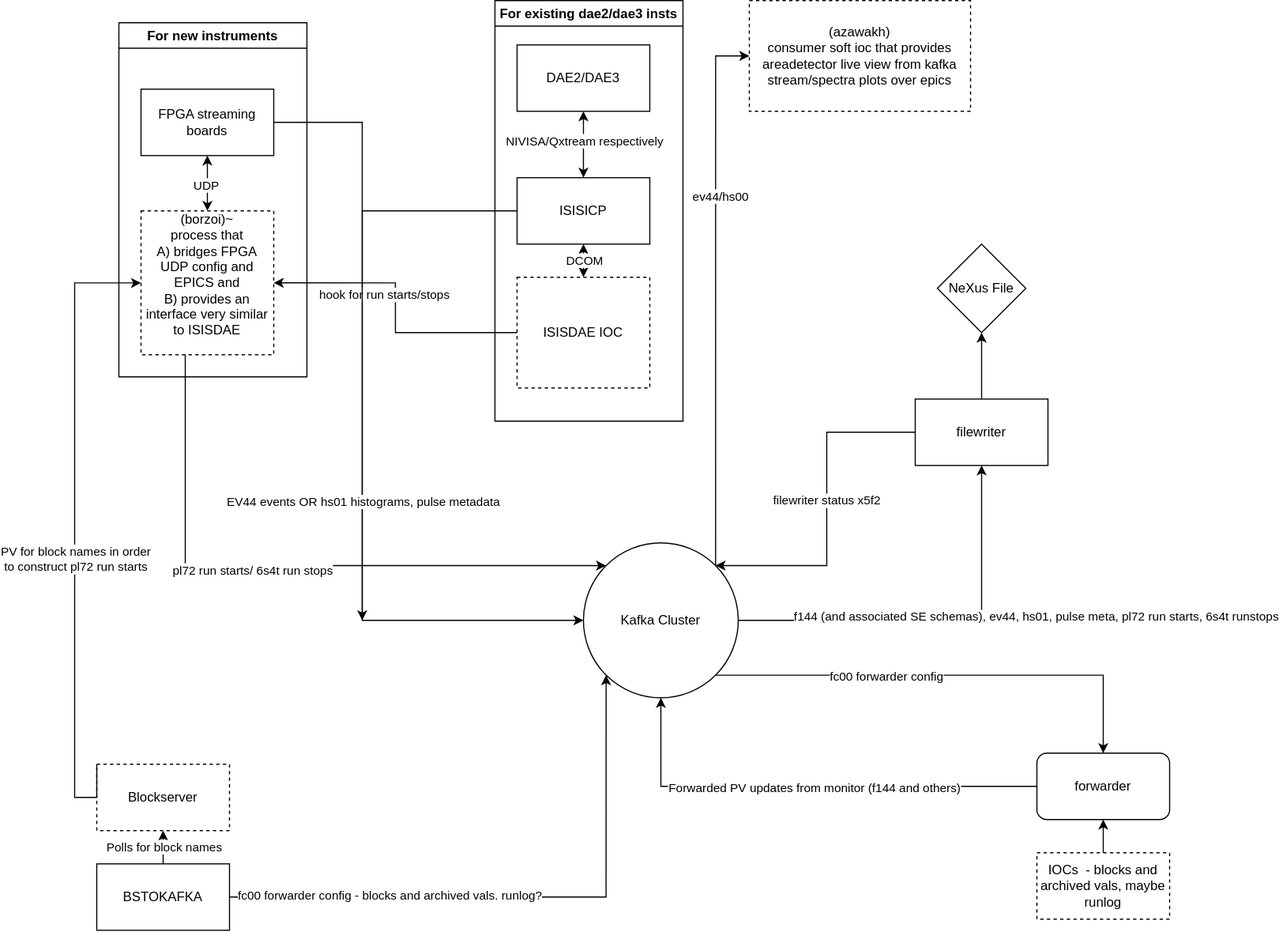
Earlier version of the draw.io export doc/specific_iocs/dae/ISISDSLayout.drawio.svg (ISISComputingGroup/ibex_developers_manual). Source tidied: cells renumbered, new cells last; positions are measured from the earlier drawing's top-left corner, leaving out a move shared by most shapes. Its diagram source:
```xml
<mxGraphModel>
  <root>
    <mxCell id="0" />
    <mxCell id="1" parent="0" />
    <mxCell id="2" style="edgeStyle=orthogonalEdgeStyle;rounded=0;jettySize=auto;html=1;entryX=0;entryY=0.5;entryDx=0;entryDy=0;" parent="1" edge="1" source="30" target="14">
      <mxGeometry relative="1" as="geometry">
        <Array as="points">
          <mxPoint x="260" y="110" />
          <mxPoint x="260" y="560" />
        </Array>
      </mxGeometry>
    </mxCell>
    <mxCell id="3" style="edgeStyle=orthogonalEdgeStyle;rounded=0;jettySize=auto;html=1;entryX=1;entryY=0.5;entryDx=0;entryDy=0;" parent="1" edge="1" source="36" target="31">
      <mxGeometry relative="1" as="geometry" />
    </mxCell>
    <mxCell id="4" value="hook for run starts/stops" style="edgeLabel;html=1;align=center;verticalAlign=middle;" parent="3" vertex="1">
      <mxGeometry x="0.33" y="-2" relative="1" as="geometry">
        <mxPoint x="10" y="12" as="offset" />
      </mxGeometry>
    </mxCell>
    <mxCell id="5" value="NeXus File" style="rhombus;whiteSpace=wrap;html=1;" parent="1" vertex="1">
      <mxGeometry x="780" y="220" width="80" height="80" as="geometry" />
    </mxCell>
    <mxCell id="6" style="edgeStyle=orthogonalEdgeStyle;rounded=0;jettySize=auto;html=1;exitX=0;exitY=0.5;exitDx=0;exitDy=0;" parent="1" edge="1" source="41">
      <mxGeometry relative="1" as="geometry">
        <mxPoint x="260" y="560" as="targetPoint" />
      </mxGeometry>
    </mxCell>
    <mxCell id="7" value="EV44 events OR hs01 histograms, pulse metadata" style="edgeLabel;html=1;align=center;verticalAlign=middle;" parent="6" vertex="1">
      <mxGeometry x="0.46" relative="1" as="geometry">
        <mxPoint y="31" as="offset" />
      </mxGeometry>
    </mxCell>
    <mxCell id="8" style="edgeStyle=orthogonalEdgeStyle;rounded=0;jettySize=auto;html=1;exitX=1;exitY=1;exitDx=0;exitDy=0;startArrow=none;startFill=0;entryX=0.5;entryY=0;entryDx=0;entryDy=0;" parent="1" edge="1" source="14" target="18">
      <mxGeometry relative="1" as="geometry" />
    </mxCell>
    <mxCell id="9" value="fc00 forwarder config" style="edgeLabel;html=1;align=center;verticalAlign=middle;" parent="8" vertex="1">
      <mxGeometry x="-0.27" y="-1" relative="1" as="geometry" />
    </mxCell>
    <mxCell id="10" style="edgeStyle=orthogonalEdgeStyle;rounded=0;jettySize=auto;html=1;entryX=0.5;entryY=1;entryDx=0;entryDy=0;" parent="1" edge="1" source="14" target="26">
      <mxGeometry relative="1" as="geometry" />
    </mxCell>
    <mxCell id="11" value="f144 (and associated SE schemas), ev44, hs01, pulse meta, pl72 run starts, 6s4t runstops&amp;nbsp;" style="edgeLabel;html=1;align=center;verticalAlign=middle;" parent="10" vertex="1">
      <mxGeometry x="-0.42" y="4" relative="1" as="geometry">
        <mxPoint x="166" as="offset" />
      </mxGeometry>
    </mxCell>
    <mxCell id="12" style="edgeStyle=orthogonalEdgeStyle;rounded=0;jettySize=auto;html=1;exitX=1;exitY=0;exitDx=0;exitDy=0;entryX=0;entryY=0.5;entryDx=0;entryDy=0;startArrow=classic;startFill=1;endArrow=none;endFill=0;" parent="1" edge="1" source="14" target="26">
      <mxGeometry relative="1" as="geometry" />
    </mxCell>
    <mxCell id="13" value="filewriter status x5f2" style="edgeLabel;html=1;align=center;verticalAlign=middle;" parent="12" vertex="1">
      <mxGeometry x="0.07" y="1" relative="1" as="geometry" />
    </mxCell>
    <mxCell id="14" value="Kafka Cluster" style="ellipse;whiteSpace=wrap;html=1;" parent="1" vertex="1">
      <mxGeometry x="460" y="490" width="140" height="140" as="geometry" />
    </mxCell>
    <mxCell id="15" style="edgeStyle=orthogonalEdgeStyle;rounded=0;jettySize=auto;html=1;entryX=0.5;entryY=1;entryDx=0;entryDy=0;" parent="1" edge="1" source="18" target="14">
      <mxGeometry relative="1" as="geometry" />
    </mxCell>
    <mxCell id="16" value="Forwarded PV updates from monitor (f144 and others)" style="edgeLabel;html=1;align=center;verticalAlign=middle;" parent="15" vertex="1">
      <mxGeometry x="-0.04" y="1" relative="1" as="geometry" />
    </mxCell>
    <mxCell id="17" style="edgeStyle=orthogonalEdgeStyle;rounded=0;jettySize=auto;html=1;startArrow=classic;startFill=1;endArrow=none;endFill=0;" parent="1" edge="1" source="18">
      <mxGeometry relative="1" as="geometry">
        <mxPoint x="930" y="770" as="targetPoint" />
      </mxGeometry>
    </mxCell>
    <mxCell id="18" value="forwarder" style="rounded=1;whiteSpace=wrap;html=1;" parent="1" vertex="1">
      <mxGeometry x="870" y="680" width="120" height="60" as="geometry" />
    </mxCell>
    <mxCell id="19" value="Blockserver" style="rounded=0;whiteSpace=wrap;html=1;dashed=1;" parent="1" vertex="1">
      <mxGeometry x="20" y="690" width="120" height="60" as="geometry" />
    </mxCell>
    <mxCell id="20" style="edgeStyle=orthogonalEdgeStyle;rounded=0;jettySize=auto;html=1;entryX=0.5;entryY=1;entryDx=0;entryDy=0;" parent="1" edge="1" source="24" target="19">
      <mxGeometry relative="1" as="geometry" />
    </mxCell>
    <mxCell id="21" value="Polls for block names" style="edgeLabel;html=1;align=center;verticalAlign=middle;" parent="20" vertex="1">
      <mxGeometry x="0.4" relative="1" as="geometry" />
    </mxCell>
    <mxCell id="22" style="edgeStyle=orthogonalEdgeStyle;rounded=0;jettySize=auto;html=1;entryX=0;entryY=1;entryDx=0;entryDy=0;" parent="1" edge="1" source="24" target="14">
      <mxGeometry relative="1" as="geometry" />
    </mxCell>
    <mxCell id="23" value="fc00 forwarder config - blocks and archived vals. runlog?" style="edgeLabel;html=1;align=center;verticalAlign=middle;" parent="22" vertex="1">
      <mxGeometry x="-0.46" y="2" relative="1" as="geometry" />
    </mxCell>
    <mxCell id="24" value="BSTOKAFKA" style="rounded=0;whiteSpace=wrap;html=1;" parent="1" vertex="1">
      <mxGeometry x="20" y="780" width="120" height="60" as="geometry" />
    </mxCell>
    <mxCell id="25" style="edgeStyle=orthogonalEdgeStyle;rounded=0;jettySize=auto;html=1;entryX=0.5;entryY=1;entryDx=0;entryDy=0;" parent="1" edge="1" source="26" target="5">
      <mxGeometry relative="1" as="geometry" />
    </mxCell>
    <mxCell id="26" value="filewriter" style="rounded=0;whiteSpace=wrap;html=1;" parent="1" vertex="1">
      <mxGeometry x="760" y="360" width="120" height="60" as="geometry" />
    </mxCell>
    <mxCell id="27" style="group;" parent="1" vertex="1">
      <mxGeometry x="40" y="20" width="170" height="320" as="geometry" />
    </mxCell>
    <mxCell id="28" style="edgeStyle=orthogonalEdgeStyle;rounded=0;jettySize=auto;html=1;startArrow=classic;startFill=1;" parent="27" edge="1" source="30" target="31">
      <mxGeometry relative="1" as="geometry" />
    </mxCell>
    <mxCell id="29" value="UDP" style="edgeLabel;html=1;align=center;verticalAlign=middle;" parent="28" vertex="1">
      <mxGeometry x="0.02" y="-2" relative="1" as="geometry" />
    </mxCell>
    <mxCell id="30" value="FPGA streaming boards" style="rounded=0;whiteSpace=wrap;html=1;" parent="27" vertex="1">
      <mxGeometry x="20" y="60" width="120" height="60" as="geometry" />
    </mxCell>
    <mxCell id="31" value="(borzoi)~&lt;br&gt;process that&lt;br&gt;A) bridges FPGA UDP config and EPICS and&lt;br&gt;B) provides an interface very similar to ISISDAE&lt;div&gt;&lt;br&gt;&lt;/div&gt;" style="rounded=0;whiteSpace=wrap;html=1;dashed=1;" parent="27" vertex="1">
      <mxGeometry x="20" y="170" width="120" height="130" as="geometry" />
    </mxCell>
    <mxCell id="32" value="For new instruments" style="swimlane;" parent="27" vertex="1">
      <mxGeometry width="170" height="320" as="geometry" />
    </mxCell>
    <mxCell id="33" style="edgeStyle=orthogonalEdgeStyle;rounded=0;jettySize=auto;html=1;entryX=0;entryY=0;entryDx=0;entryDy=0;" parent="1" edge="1" source="31" target="14">
      <mxGeometry relative="1" as="geometry">
        <Array as="points">
          <mxPoint x="100" y="511" />
        </Array>
      </mxGeometry>
    </mxCell>
    <mxCell id="34" value="pl72 run starts/ 6s4t run stops" style="edgeLabel;html=1;align=center;verticalAlign=middle;" parent="33" vertex="1">
      <mxGeometry x="-0.12" y="-4" relative="1" as="geometry">
        <mxPoint x="1" as="offset" />
      </mxGeometry>
    </mxCell>
    <mxCell id="35" style="group;" parent="1" vertex="1">
      <mxGeometry x="380" width="170" height="380" as="geometry" />
    </mxCell>
    <mxCell id="36" value="ISISDAE IOC" style="rounded=0;whiteSpace=wrap;html=1;dashed=1;" parent="35" vertex="1">
      <mxGeometry x="20" y="250" width="120" height="100" as="geometry" />
    </mxCell>
    <mxCell id="37" style="edgeStyle=orthogonalEdgeStyle;rounded=0;jettySize=auto;html=1;entryX=0.5;entryY=0;entryDx=0;entryDy=0;startArrow=classic;startFill=1;" parent="35" edge="1" source="41" target="36">
      <mxGeometry relative="1" as="geometry" />
    </mxCell>
    <mxCell id="38" value="DCOM" style="edgeLabel;html=1;align=center;verticalAlign=middle;" parent="37" vertex="1">
      <mxGeometry x="0.07" relative="1" as="geometry" />
    </mxCell>
    <mxCell id="39" style="edgeStyle=orthogonalEdgeStyle;rounded=0;jettySize=auto;html=1;startArrow=classic;startFill=1;entryX=0.5;entryY=1;entryDx=0;entryDy=0;" parent="35" edge="1" source="41" target="42">
      <mxGeometry relative="1" as="geometry" />
    </mxCell>
    <mxCell id="40" value="NIVISA/Qxtream respectively" style="edgeLabel;html=1;align=center;verticalAlign=middle;" parent="39" vertex="1">
      <mxGeometry x="0.11" relative="1" as="geometry" />
    </mxCell>
    <mxCell id="41" value="ISISICP" style="rounded=0;whiteSpace=wrap;html=1;" parent="35" vertex="1">
      <mxGeometry x="20" y="160" width="120" height="60" as="geometry" />
    </mxCell>
    <mxCell id="42" value="DAE2/DAE3" style="rounded=0;whiteSpace=wrap;html=1;" parent="35" vertex="1">
      <mxGeometry x="20" y="40" width="120" height="60" as="geometry" />
    </mxCell>
    <mxCell id="43" value="For existing dae2/dae3 insts" style="swimlane;" parent="35" vertex="1">
      <mxGeometry width="170" height="380" as="geometry" />
    </mxCell>
    <mxCell id="44" style="edgeStyle=orthogonalEdgeStyle;rounded=0;jettySize=auto;html=1;entryX=0;entryY=0;entryDx=0;entryDy=0;startArrow=classic;startFill=1;endArrow=none;endFill=0;" parent="1" edge="1" source="31" target="19">
      <mxGeometry relative="1" as="geometry">
        <Array as="points">
          <mxPoint y="255" />
          <mxPoint y="720" />
          <mxPoint x="20" y="720" />
        </Array>
      </mxGeometry>
    </mxCell>
    <mxCell id="45" value="PV for block names in order &lt;br&gt;to construct pl72 run starts" style="edgeLabel;html=1;align=center;verticalAlign=middle;" parent="44" vertex="1">
      <mxGeometry x="0.08" relative="1" as="geometry" />
    </mxCell>
    <mxCell id="46" style="edgeStyle=orthogonalEdgeStyle;rounded=0;jettySize=auto;html=1;entryX=1;entryY=0;entryDx=0;entryDy=0;startArrow=classic;startFill=1;endArrow=none;endFill=0;" parent="1" edge="1" source="48" target="14">
      <mxGeometry relative="1" as="geometry" />
    </mxCell>
    <mxCell id="47" value="ev44/hs00" style="edgeLabel;html=1;align=center;verticalAlign=middle;" parent="46" vertex="1">
      <mxGeometry x="-0.36" y="4" relative="1" as="geometry" />
    </mxCell>
    <mxCell id="48" value="(azawakh)&lt;div&gt;consumer soft ioc that provides areadetector live view from kafka stream/spectra plots over epics&lt;/div&gt;" style="rounded=0;whiteSpace=wrap;html=1;dashed=1;" parent="1" vertex="1">
      <mxGeometry x="610" width="200" height="100" as="geometry" />
    </mxCell>
    <mxCell id="49" value="IOCs&amp;nbsp; - blocks and archived vals, maybe runlog" style="rounded=0;whiteSpace=wrap;html=1;dashed=1;" parent="1" vertex="1">
      <mxGeometry x="870" y="770" width="120" height="60" as="geometry" />
    </mxCell>
  </root>
</mxGraphModel>
```
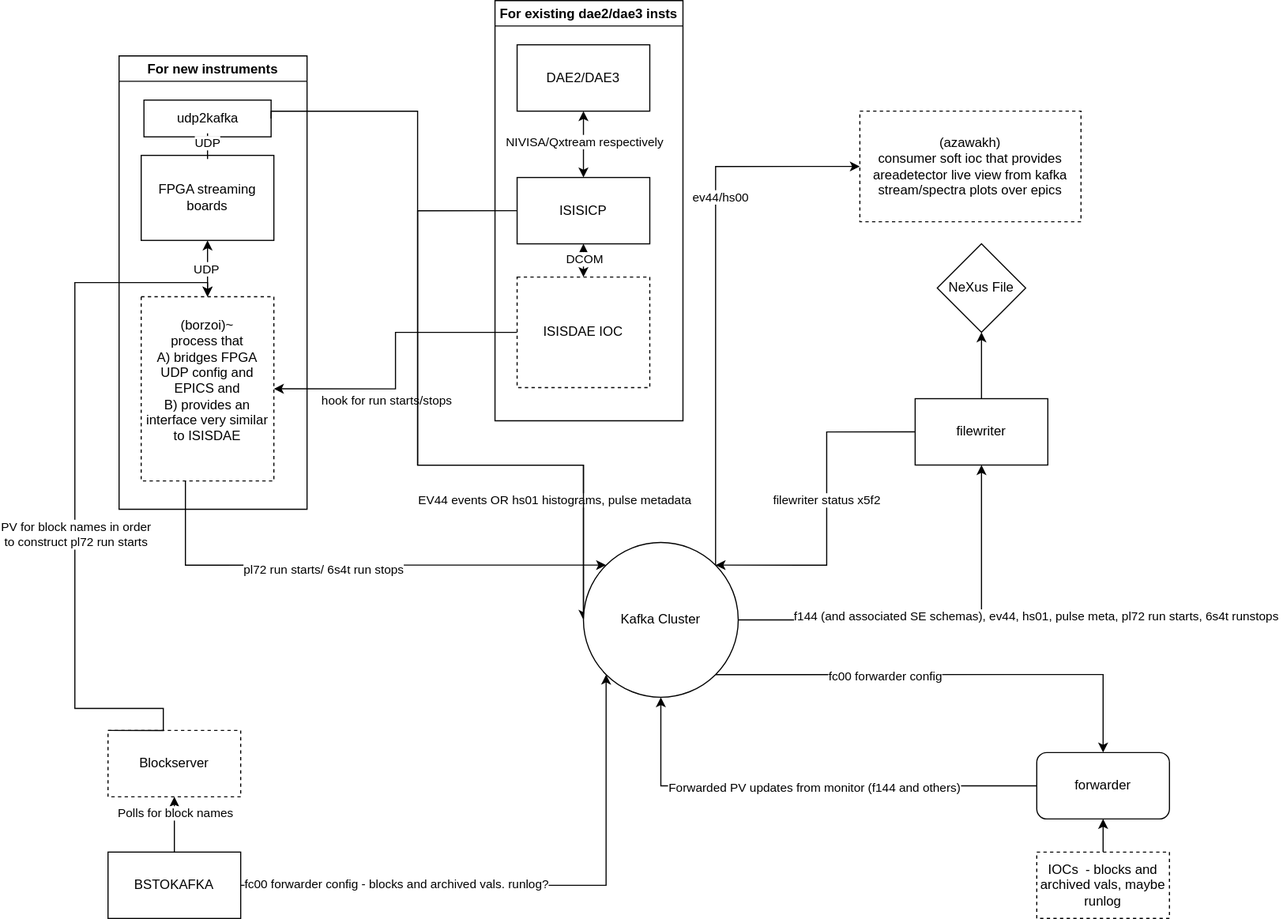
Above is the later version.

Commit message:
update diagram to show kafka2udp

The edit, as a diff of the source:
```diff
@@ -2,14 +2,6 @@
   <root>
     <mxCell id="0" />
     <mxCell id="1" parent="0" />
-    <mxCell id="2" style="edgeStyle=orthogonalEdgeStyle;rounded=0;jettySize=auto;html=1;entryX=0;entryY=0.5;entryDx=0;entryDy=0;" parent="1" edge="1" source="30" target="14">
-      <mxGeometry relative="1" as="geometry">
-        <Array as="points">
-          <mxPoint x="260" y="110" />
-          <mxPoint x="260" y="560" />
-        </Array>
-      </mxGeometry>
-    </mxCell>
     <mxCell id="3" style="edgeStyle=orthogonalEdgeStyle;rounded=0;jettySize=auto;html=1;entryX=1;entryY=0.5;entryDx=0;entryDy=0;" parent="1" edge="1" source="36" target="31">
       <mxGeometry relative="1" as="geometry" />
     </mxCell>
@@ -21,9 +13,13 @@
     <mxCell id="5" value="NeXus File" style="rhombus;whiteSpace=wrap;html=1;" parent="1" vertex="1">
       <mxGeometry x="780" y="220" width="80" height="80" as="geometry" />
     </mxCell>
-    <mxCell id="6" style="edgeStyle=orthogonalEdgeStyle;rounded=0;jettySize=auto;html=1;exitX=0;exitY=0.5;exitDx=0;exitDy=0;" parent="1" edge="1" source="41">
+    <mxCell id="6" style="edgeStyle=orthogonalEdgeStyle;rounded=0;jettySize=auto;html=1;exitX=0;exitY=0.5;exitDx=0;exitDy=0;entryX=0;entryY=0.5;entryDx=0;entryDy=0;" parent="1" edge="1" source="41" target="14">
       <mxGeometry relative="1" as="geometry">
-        <mxPoint x="260" y="560" as="targetPoint" />
+        <Array as="points">
+          <mxPoint x="310" y="190" />
+          <mxPoint x="310" y="420" />
+          <mxPoint x="460" y="420" />
+        </Array>
       </mxGeometry>
     </mxCell>
     <mxCell id="7" value="EV44 events OR hs01 histograms, pulse metadata" style="edgeLabel;html=1;align=center;verticalAlign=middle;" parent="6" vertex="1">
@@ -69,7 +65,7 @@
       <mxGeometry x="870" y="680" width="120" height="60" as="geometry" />
     </mxCell>
     <mxCell id="19" value="Blockserver" style="rounded=0;whiteSpace=wrap;html=1;dashed=1;" parent="1" vertex="1">
-      <mxGeometry x="20" y="690" width="120" height="60" as="geometry" />
+      <mxGeometry x="30" y="660" width="120" height="60" as="geometry" />
     </mxCell>
     <mxCell id="20" style="edgeStyle=orthogonalEdgeStyle;rounded=0;jettySize=auto;html=1;entryX=0.5;entryY=1;entryDx=0;entryDy=0;" parent="1" edge="1" source="24" target="19">
       <mxGeometry relative="1" as="geometry" />
@@ -84,7 +80,7 @@
       <mxGeometry x="-0.46" y="2" relative="1" as="geometry" />
     </mxCell>
     <mxCell id="24" value="BSTOKAFKA" style="rounded=0;whiteSpace=wrap;html=1;" parent="1" vertex="1">
-      <mxGeometry x="20" y="780" width="120" height="60" as="geometry" />
+      <mxGeometry x="30" y="770" width="120" height="60" as="geometry" />
     </mxCell>
     <mxCell id="25" style="edgeStyle=orthogonalEdgeStyle;rounded=0;jettySize=auto;html=1;entryX=0.5;entryY=1;entryDx=0;entryDy=0;" parent="1" edge="1" source="26" target="5">
       <mxGeometry relative="1" as="geometry" />
@@ -93,7 +89,7 @@
       <mxGeometry x="760" y="360" width="120" height="60" as="geometry" />
     </mxCell>
     <mxCell id="27" style="group;" parent="1" vertex="1">
-      <mxGeometry x="40" y="20" width="170" height="320" as="geometry" />
+      <mxGeometry x="40" y="50" width="170" height="410" as="geometry" />
     </mxCell>
     <mxCell id="28" style="edgeStyle=orthogonalEdgeStyle;rounded=0;jettySize=auto;html=1;startArrow=classic;startFill=1;" parent="27" edge="1" source="30" target="31">
       <mxGeometry relative="1" as="geometry" />
@@ -101,15 +97,24 @@
     <mxCell id="29" value="UDP" style="edgeLabel;html=1;align=center;verticalAlign=middle;" parent="28" vertex="1">
       <mxGeometry x="0.02" y="-2" relative="1" as="geometry" />
     </mxCell>
-    <mxCell id="30" value="FPGA streaming boards" style="rounded=0;whiteSpace=wrap;html=1;" parent="27" vertex="1">
-      <mxGeometry x="20" y="60" width="120" height="60" as="geometry" />
-    </mxCell>
     <mxCell id="31" value="(borzoi)~&lt;br&gt;process that&lt;br&gt;A) bridges FPGA UDP config and EPICS and&lt;br&gt;B) provides an interface very similar to ISISDAE&lt;div&gt;&lt;br&gt;&lt;/div&gt;" style="rounded=0;whiteSpace=wrap;html=1;dashed=1;" parent="27" vertex="1">
-      <mxGeometry x="20" y="170" width="120" height="130" as="geometry" />
+      <mxGeometry x="20" y="217.8" width="120" height="166.6" as="geometry" />
     </mxCell>
     <mxCell id="32" value="For new instruments" style="swimlane;" parent="27" vertex="1">
-      <mxGeometry width="170" height="320" as="geometry" />
+      <mxGeometry width="170" height="410" as="geometry" />
     </mxCell>
+    <mxCell id="50" value="&lt;div&gt;udp2kafka&lt;/div&gt;" style="rounded=0;whiteSpace=wrap;html=1;" parent="32" vertex="1">
+      <mxGeometry x="22.5" y="40" width="115" height="33.2" as="geometry" />
+    </mxCell>
+    <mxCell id="30" value="FPGA streaming boards" style="rounded=0;whiteSpace=wrap;html=1;" parent="32" vertex="1">
+      <mxGeometry x="20" y="90" width="120" height="76.9" as="geometry" />
+    </mxCell>
+    <mxCell id="51" style="edgeStyle=orthogonalEdgeStyle;rounded=0;jettySize=auto;html=1;entryX=0.5;entryY=1;entryDx=0;entryDy=0;" parent="32" edge="1" source="30" target="50">
+      <mxGeometry relative="1" as="geometry" />
+    </mxCell>
+    <mxCell id="52" value="UDP" style="edgeLabel;html=1;align=center;verticalAlign=middle;" parent="51" vertex="1">
+      <mxGeometry x="-0.09" y="-1" relative="1" as="geometry" />
+    </mxCell>
     <mxCell id="33" style="edgeStyle=orthogonalEdgeStyle;rounded=0;jettySize=auto;html=1;entryX=0;entryY=0;entryDx=0;entryDy=0;" parent="1" edge="1" source="31" target="14">
       <mxGeometry relative="1" as="geometry">
         <Array as="points">
@@ -152,26 +157,42 @@
     <mxCell id="44" style="edgeStyle=orthogonalEdgeStyle;rounded=0;jettySize=auto;html=1;entryX=0;entryY=0;entryDx=0;entryDy=0;startArrow=classic;startFill=1;endArrow=none;endFill=0;" parent="1" edge="1" source="31" target="19">
       <mxGeometry relative="1" as="geometry">
         <Array as="points">
+          <mxPoint x="120" y="255" />
           <mxPoint y="255" />
-          <mxPoint y="720" />
-          <mxPoint x="20" y="720" />
+          <mxPoint y="640" />
+          <mxPoint x="80" y="640" />
         </Array>
       </mxGeometry>
     </mxCell>
     <mxCell id="45" value="PV for block names in order &lt;br&gt;to construct pl72 run starts" style="edgeLabel;html=1;align=center;verticalAlign=middle;" parent="44" vertex="1">
       <mxGeometry x="0.08" relative="1" as="geometry" />
     </mxCell>
-    <mxCell id="46" style="edgeStyle=orthogonalEdgeStyle;rounded=0;jettySize=auto;html=1;entryX=1;entryY=0;entryDx=0;entryDy=0;startArrow=classic;startFill=1;endArrow=none;endFill=0;" parent="1" edge="1" source="48" target="14">
-      <mxGeometry relative="1" as="geometry" />
+    <mxCell id="46" style="edgeStyle=orthogonalEdgeStyle;rounded=0;jettySize=auto;html=1;entryX=1;entryY=0;entryDx=0;entryDy=0;startArrow=classic;startFill=1;endArrow=none;endFill=0;exitX=0;exitY=0.5;exitDx=0;exitDy=0;" parent="1" edge="1" source="48" target="14">
+      <mxGeometry relative="1" as="geometry">
+        <Array as="points">
+          <mxPoint x="580" y="150" />
+        </Array>
+      </mxGeometry>
     </mxCell>
     <mxCell id="47" value="ev44/hs00" style="edgeLabel;html=1;align=center;verticalAlign=middle;" parent="46" vertex="1">
       <mxGeometry x="-0.36" y="4" relative="1" as="geometry" />
     </mxCell>
     <mxCell id="48" value="(azawakh)&lt;div&gt;consumer soft ioc that provides areadetector live view from kafka stream/spectra plots over epics&lt;/div&gt;" style="rounded=0;whiteSpace=wrap;html=1;dashed=1;" parent="1" vertex="1">
-      <mxGeometry x="610" width="200" height="100" as="geometry" />
+      <mxGeometry x="710" y="100" width="200" height="100" as="geometry" />
     </mxCell>
     <mxCell id="49" value="IOCs&amp;nbsp; - blocks and archived vals, maybe runlog" style="rounded=0;whiteSpace=wrap;html=1;dashed=1;" parent="1" vertex="1">
       <mxGeometry x="870" y="770" width="120" height="60" as="geometry" />
     </mxCell>
+    <mxCell id="53" style="edgeStyle=orthogonalEdgeStyle;rounded=0;jettySize=auto;html=1;entryX=-0.014;entryY=0.457;entryDx=0;entryDy=0;entryPerimeter=0;endArrow=none;endFill=0;exitX=1;exitY=0.5;exitDx=0;exitDy=0;" parent="1" edge="1" source="50" target="14">
+      <mxGeometry relative="1" as="geometry">
+        <Array as="points">
+          <mxPoint x="178" y="100" />
+          <mxPoint x="310" y="100" />
+          <mxPoint x="310" y="420" />
+          <mxPoint x="460" y="420" />
+          <mxPoint x="460" y="554" />
+        </Array>
+      </mxGeometry>
+    </mxCell>
   </root>
 </mxGraphModel>
```
